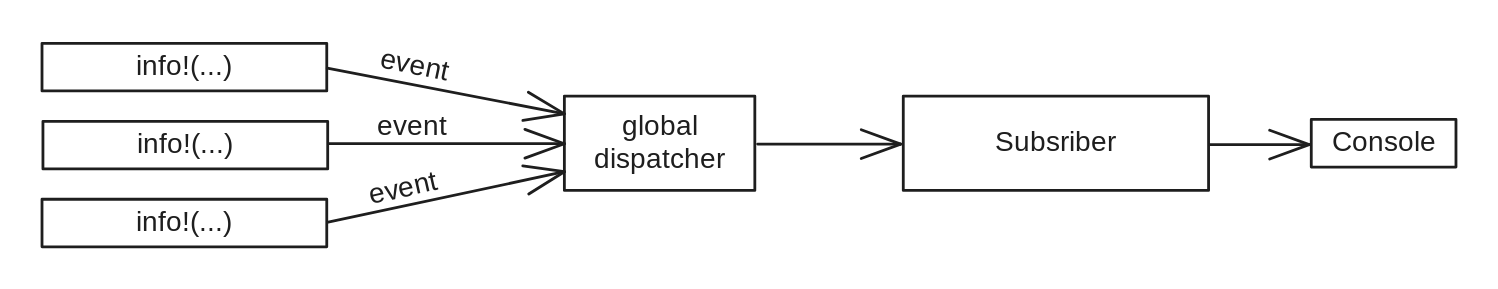
snorochevskiy/inroll-into-rust keeps this Excalidraw diagram as .gitbook/assets/file.excalidraw (1).svg. Above is the earlier version. Source tidied: one line per element, renumbered; positions are measured from the earlier drawing's top-left corner, leaving out a move shared by most shapes.
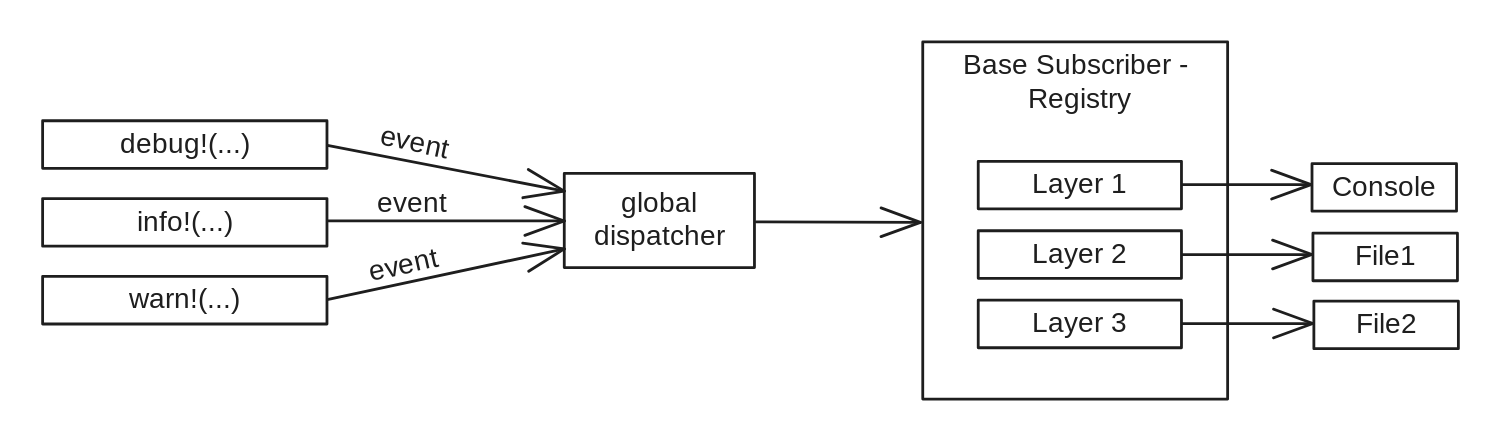
After the commit.

Change to the diagram source:
```diff
@@ -1,20 +1,32 @@
 {"id": 0, "type": "rectangle", "strokeColor": "#1e1e1e", "strokeWidth": 2, "roughness": 0, "x": 373, "y": 38, "width": 136, "height": 67}
 {"id": 1, "type": "text", "text": "global\ndispatcher", "strokeColor": "#1e1e1e", "strokeWidth": 2, "roughness": 1, "fontSize": 20, "fontFamily": 3, "textAlign": "center", "verticalAlign": "middle", "inside": 0, "x": 382, "y": 47, "width": 118, "height": 48}
-{"id": 2, "type": "rectangle", "strokeColor": "#1e1e1e", "strokeWidth": 2, "roughness": 0, "x": 615, "y": 38, "width": 218, "height": 67}
+{"id": 2, "type": "rectangle", "strokeColor": "#1e1e1e", "strokeWidth": 2, "roughness": 0, "x": 629, "y": -56, "width": 218, "height": 255}
-{"id": 3, "type": "text", "text": "Subsriber", "strokeColor": "#1e1e1e", "strokeWidth": 2, "roughness": 1, "fontSize": 20, "fontFamily": 3, "textAlign": "center", "verticalAlign": "middle", "inside": 2, "x": 671, "y": 59, "width": 106, "height": 24}
+{"id": 3, "type": "text", "text": "Base Subscriber -\n Registry", "strokeColor": "#1e1e1e", "strokeWidth": 2, "roughness": 1, "fontSize": 20, "fontFamily": 3, "textAlign": "center", "inside": 2, "x": 638, "y": -51, "width": 200, "height": 48}
+{"id": 20, "type": "rectangle", "strokeColor": "#1e1e1e", "strokeWidth": 2, "roughness": 0, "x": 669, "y": 29, "width": 145, "height": 34}
+{"id": 21, "type": "text", "text": "Layer 1", "strokeColor": "#1e1e1e", "strokeWidth": 2, "roughness": 0, "fontSize": 20, "fontFamily": 3, "textAlign": "center", "verticalAlign": "middle", "inside": 20, "x": 700, "y": 34, "width": 82, "height": 24}
+{"id": 22, "type": "rectangle", "strokeColor": "#1e1e1e", "strokeWidth": 2, "roughness": 0, "x": 669, "y": 79, "width": 145, "height": 34}
+{"id": 23, "type": "text", "text": "Layer 2", "strokeColor": "#1e1e1e", "strokeWidth": 2, "roughness": 0, "fontSize": 20, "fontFamily": 3, "textAlign": "center", "verticalAlign": "middle", "inside": 22, "x": 700, "y": 84, "width": 82, "height": 24}
+{"id": 24, "type": "rectangle", "strokeColor": "#1e1e1e", "strokeWidth": 2, "roughness": 0, "x": 669, "y": 128, "width": 145, "height": 34}
+{"id": 25, "type": "text", "text": "Layer 3", "strokeColor": "#1e1e1e", "strokeWidth": 2, "roughness": 0, "fontSize": 20, "fontFamily": 3, "textAlign": "center", "verticalAlign": "middle", "inside": 24, "x": 700, "y": 133, "width": 82, "height": 24}
-{"id": 4, "type": "arrow", "strokeColor": "#1e1e1e", "strokeWidth": 2, "roughness": 0, "endArrowhead": "arrow", "from": 0, "to": 2, "x": 511, "y": 72, "width": 102, "height": 0, "points": [[0, 0], [102, 0]]}
+{"id": 4, "type": "arrow", "strokeColor": "#1e1e1e", "strokeWidth": 2, "roughness": 0, "endArrowhead": "arrow", "from": 0, "x": 510, "y": 72, "width": 117, "height": 0, "points": [[0, 0], [117, 0]]}
 {"id": 5, "type": "rectangle", "strokeColor": "#1e1e1e", "strokeWidth": 2, "roughness": 0, "x": 0, "y": 0, "width": 203, "height": 34}
-{"id": 6, "type": "text", "text": "info!(...)", "strokeColor": "#1e1e1e", "strokeWidth": 2, "roughness": 1, "fontSize": 20, "fontFamily": 3, "textAlign": "center", "verticalAlign": "middle", "inside": 5, "x": 43, "y": 5, "width": 118, "height": 24}
+{"id": 6, "type": "text", "text": "debug!(...)", "strokeColor": "#1e1e1e", "strokeWidth": 2, "roughness": 1, "fontSize": 20, "fontFamily": 3, "textAlign": "center", "verticalAlign": "middle", "inside": 5, "x": 37, "y": 5, "width": 130, "height": 24}
-{"id": 7, "type": "rectangle", "strokeColor": "#1e1e1e", "strokeWidth": 2, "roughness": 0, "x": 1, "y": 56, "width": 203, "height": 34}
+{"id": 7, "type": "rectangle", "strokeColor": "#1e1e1e", "strokeWidth": 2, "roughness": 0, "x": 0, "y": 56, "width": 203, "height": 34}
 {"id": 8, "type": "text", "text": "info!(...)", "strokeColor": "#1e1e1e", "strokeWidth": 2, "roughness": 1, "fontSize": 20, "fontFamily": 3, "textAlign": "center", "verticalAlign": "middle", "inside": 7, "x": 43, "y": 61, "width": 118, "height": 24}
 {"id": 9, "type": "rectangle", "strokeColor": "#1e1e1e", "strokeWidth": 2, "roughness": 0, "x": 0, "y": 111, "width": 203, "height": 34}
-{"id": 10, "type": "text", "text": "info!(...)", "strokeColor": "#1e1e1e", "strokeWidth": 2, "roughness": 1, "fontSize": 20, "fontFamily": 3, "textAlign": "center", "verticalAlign": "middle", "inside": 9, "x": 43, "y": 116, "width": 118, "height": 24}
+{"id": 10, "type": "text", "text": "warn!(...)", "strokeColor": "#1e1e1e", "strokeWidth": 2, "roughness": 1, "fontSize": 20, "fontFamily": 3, "textAlign": "center", "verticalAlign": "middle", "inside": 9, "x": 43, "y": 116, "width": 118, "height": 24}
 {"id": 11, "type": "arrow", "strokeColor": "#1e1e1e", "strokeWidth": 2, "roughness": 0, "endArrowhead": "arrow", "from": 5, "x": 204, "y": 18, "width": 169, "height": 33, "points": [[0, 0], [169, 33]]}
-{"id": 12, "type": "arrow", "strokeColor": "#1e1e1e", "strokeWidth": 2, "roughness": 0, "endArrowhead": "arrow", "from": 7, "x": 205, "y": 72, "width": 168, "height": 0, "points": [[0, 0], [168, 0]]}
+{"id": 12, "type": "arrow", "strokeColor": "#1e1e1e", "strokeWidth": 2, "roughness": 0, "endArrowhead": "arrow", "from": 7, "x": 204, "y": 72, "width": 169, "height": 0, "points": [[0, 0], [169, 0]]}
 {"id": 13, "type": "arrow", "strokeColor": "#1e1e1e", "strokeWidth": 2, "roughness": 0, "endArrowhead": "arrow", "from": 9, "x": 204, "y": 128, "width": 169, "height": 36, "points": [[0, 0], [169, -36]]}
 {"id": 14, "type": "text", "text": "event", "strokeColor": "#1e1e1e", "strokeWidth": 2, "roughness": 0, "fontSize": 20, "fontFamily": 3, "x": 239, "y": 48, "width": 59, "height": 24}
 {"id": 15, "type": "text", "text": "event", "strokeColor": "#1e1e1e", "angle": 6.06, "strokeWidth": 2, "roughness": 0, "fontSize": 20, "fontFamily": 3, "x": 233, "y": 91, "width": 59, "height": 24}
 {"id": 16, "type": "text", "text": "event", "strokeColor": "#1e1e1e", "angle": 0.21, "strokeWidth": 2, "roughness": 0, "fontSize": 20, "fontFamily": 3, "x": 241, "y": 5, "width": 59, "height": 24}
-{"id": 17, "type": "rectangle", "strokeColor": "#1e1e1e", "strokeWidth": 2, "roughness": 0, "x": 906, "y": 54, "width": 103, "height": 34}
+{"id": 17, "type": "rectangle", "strokeColor": "#1e1e1e", "strokeWidth": 2, "roughness": 0, "x": 908, "y": 31, "width": 103, "height": 34}
-{"id": 18, "type": "text", "text": "Console", "strokeColor": "#1e1e1e", "strokeWidth": 2, "roughness": 1, "fontSize": 20, "fontFamily": 3, "textAlign": "center", "verticalAlign": "middle", "inside": 17, "x": 917, "y": 59, "width": 82, "height": 24}
+{"id": 18, "type": "text", "text": "Console", "strokeColor": "#1e1e1e", "strokeWidth": 2, "roughness": 1, "fontSize": 20, "fontFamily": 3, "textAlign": "center", "verticalAlign": "middle", "inside": 17, "x": 918, "y": 36, "width": 82, "height": 24}
-{"id": 19, "type": "arrow", "strokeColor": "#1e1e1e", "strokeWidth": 2, "roughness": 0, "endArrowhead": "arrow", "from": 2, "to": 17, "x": 834, "y": 72, "width": 71, "height": 0, "points": [[0, 0], [71, 0]]}
+{"id": 26, "type": "rectangle", "strokeColor": "#1e1e1e", "strokeWidth": 2, "roughness": 0, "x": 908, "y": 80, "width": 103, "height": 34}
+{"id": 27, "type": "text", "text": "File1", "strokeColor": "#1e1e1e", "strokeWidth": 2, "roughness": 1, "fontSize": 20, "fontFamily": 3, "textAlign": "center", "verticalAlign": "middle", "inside": 26, "x": 931, "y": 85, "width": 59, "height": 24}
+{"id": 28, "type": "rectangle", "strokeColor": "#1e1e1e", "strokeWidth": 2, "roughness": 0, "x": 909, "y": 129, "width": 103, "height": 34}
+{"id": 29, "type": "text", "text": "File2", "strokeColor": "#1e1e1e", "strokeWidth": 2, "roughness": 1, "fontSize": 20, "fontFamily": 3, "textAlign": "center", "verticalAlign": "middle", "inside": 28, "x": 931, "y": 134, "width": 59, "height": 24}
+{"id": 30, "type": "arrow", "strokeColor": "#1e1e1e", "strokeWidth": 2, "roughness": 0, "endArrowhead": "arrow", "from": 20, "to": 17, "x": 815, "y": 46, "width": 92, "height": 0, "points": [[0, 0], [92, 0]]}
+{"id": 31, "type": "arrow", "strokeColor": "#1e1e1e", "strokeWidth": 2, "roughness": 0, "endArrowhead": "arrow", "from": 22, "to": 26, "x": 815, "y": 96, "width": 93, "height": 0, "points": [[0, 0], [93, 0]]}
+{"id": 32, "type": "arrow", "strokeColor": "#1e1e1e", "strokeWidth": 2, "roughness": 0, "endArrowhead": "arrow", "from": 24, "to": 28, "x": 815, "y": 145, "width": 93, "height": 0, "points": [[0, 0], [93, 0]]}
```
